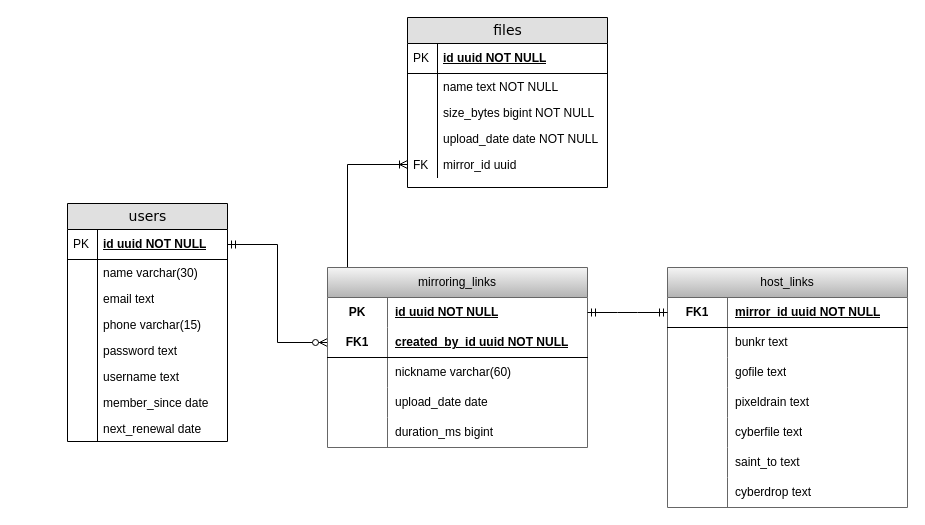
This is assets/easymirror-entity-relation.drawio from easymirror/easymirror-backend, a draw.io file, before an edit. Source tidied: cells renumbered, new cells numbered last; positions are measured from the earlier drawing's top-left corner, leaving out a move shared by most shapes. Both pictures are drawn from the tidied source at 100%, with x=0, y=0 at pixel (67, 17).
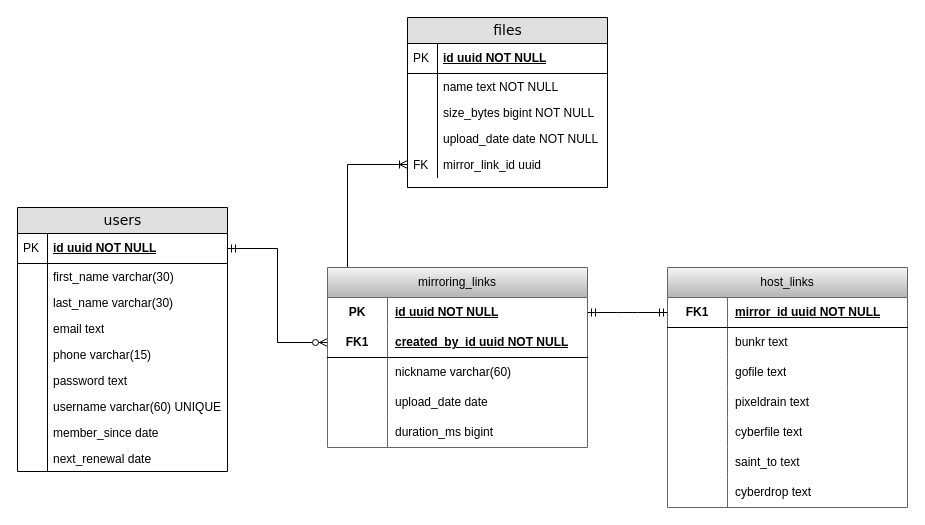
After the change.

Commit message:
Update database relation diagram

Unchanged cells that the change refers to:
```xml
<mxCell id="19" value="files" style="swimlane;html=1;fontStyle=0;horizontal=1;startSize=26;fillColor=#e0e0e0;swimlaneFillColor=#ffffff;align=center;rounded=0;shadow=0;comic=0;labelBackgroundColor=none;strokeWidth=1;fontFamily=Verdana;fontSize=14;" parent="1" vertex="1">
  <mxGeometry x="340" width="200" height="170" as="geometry" />
</mxCell>
```

What changed in the source:
```diff
@@
     <mxCell id="2" value="users" style="swimlane;html=1;fontStyle=0;horizontal=1;startSize=26;fillColor=#e0e0e0;swimlaneFillColor=#ffffff;align=center;rounded=0;shadow=0;comic=0;labelBackgroundColor=none;strokeWidth=1;fontFamily=Verdana;fontSize=14;" parent="1" vertex="1">
-      <mxGeometry y="186" width="160" height="238" as="geometry" />
+      <mxGeometry x="-50" y="190" width="210" height="264" as="geometry" />
     </mxCell>
     <mxCell id="3" value="id uuid&amp;nbsp;NOT NULL" style="shape=partialRectangle;top=0;left=0;right=0;bottom=1;html=1;align=left;verticalAlign=middle;fillColor=none;spacingLeft=34;spacingRight=4;whiteSpace=wrap;overflow=hidden;points=[[0,0.5],[1,0.5]];portConstraint=eastwest;fontStyle=5;" parent="2" vertex="1">
-      <mxGeometry y="26" width="160" height="30" as="geometry" />
+      <mxGeometry y="26" width="210" height="30" as="geometry" />
     </mxCell>
@@
-    <mxCell id="5" value="name varchar(30)" style="shape=partialRectangle;top=0;left=0;right=0;bottom=0;html=1;align=left;verticalAlign=top;fillColor=none;spacingLeft=34;spacingRight=4;whiteSpace=wrap;overflow=hidden;" parent="2" vertex="1">
-      <mxGeometry y="56" width="160" height="26" as="geometry" />
+    <mxCell id="5" value="first_name varchar(30)" style="shape=partialRectangle;top=0;left=0;right=0;bottom=0;html=1;align=left;verticalAlign=top;fillColor=none;spacingLeft=34;spacingRight=4;whiteSpace=wrap;overflow=hidden;" parent="2" vertex="1">
+      <mxGeometry y="56" width="210" height="26" as="geometry" />
     </mxCell>
@@
+    <mxCell id="71" value="last_name varchar(30)" style="shape=partialRectangle;top=0;left=0;right=0;bottom=0;html=1;align=left;verticalAlign=top;fillColor=none;spacingLeft=34;spacingRight=4;whiteSpace=wrap;overflow=hidden;" parent="2" vertex="1">
+      <mxGeometry y="82" width="210" height="26" as="geometry" />
+    </mxCell>
+    <mxCell id="72" style="shape=partialRectangle;top=0;left=0;bottom=0;html=1;fillColor=none;align=left;verticalAlign=top;spacingLeft=4;spacingRight=4;whiteSpace=wrap;overflow=hidden;" parent="71" vertex="1">
+      <mxGeometry width="30" height="26" as="geometry" />
+    </mxCell>
     <mxCell id="7" value="email text" style="shape=partialRectangle;top=0;left=0;right=0;bottom=0;html=1;align=left;verticalAlign=top;fillColor=none;spacingLeft=34;spacingRight=4;whiteSpace=wrap;overflow=hidden;" parent="2" vertex="1">
-      <mxGeometry y="82" width="160" height="26" as="geometry" />
+      <mxGeometry y="108" width="210" height="26" as="geometry" />
     </mxCell>
@@
     <mxCell id="9" value="phone varchar(15)" style="shape=partialRectangle;top=0;left=0;right=0;bottom=0;html=1;align=left;verticalAlign=top;fillColor=none;spacingLeft=34;spacingRight=4;whiteSpace=wrap;overflow=hidden;" parent="2" vertex="1">
-      <mxGeometry y="108" width="160" height="26" as="geometry" />
+      <mxGeometry y="134" width="210" height="26" as="geometry" />
     </mxCell>
@@
     <mxCell id="11" value="password text" style="shape=partialRectangle;top=0;left=0;right=0;bottom=0;html=1;align=left;verticalAlign=top;fillColor=none;spacingLeft=34;spacingRight=4;whiteSpace=wrap;overflow=hidden;" parent="2" vertex="1">
-      <mxGeometry y="134" width="160" height="26" as="geometry" />
+      <mxGeometry y="160" width="210" height="26" as="geometry" />
     </mxCell>
@@
-    <mxCell id="13" value="username text" style="shape=partialRectangle;top=0;left=0;right=0;bottom=0;html=1;align=left;verticalAlign=top;fillColor=none;spacingLeft=34;spacingRight=4;whiteSpace=wrap;overflow=hidden;" parent="2" vertex="1">
-      <mxGeometry y="160" width="160" height="26" as="geometry" />
+    <mxCell id="13" value="username varchar(60) UNIQUE" style="shape=partialRectangle;top=0;left=0;right=0;bottom=0;html=1;align=left;verticalAlign=top;fillColor=none;spacingLeft=34;spacingRight=4;whiteSpace=wrap;overflow=hidden;" parent="2" vertex="1">
+      <mxGeometry y="186" width="210" height="26" as="geometry" />
     </mxCell>
@@
     <mxCell id="15" value="member_since date" style="shape=partialRectangle;top=0;left=0;right=0;bottom=0;html=1;align=left;verticalAlign=top;fillColor=none;spacingLeft=34;spacingRight=4;whiteSpace=wrap;overflow=hidden;" parent="2" vertex="1">
-      <mxGeometry y="186" width="160" height="26" as="geometry" />
+      <mxGeometry y="212" width="210" height="26" as="geometry" />
     </mxCell>
@@
     <mxCell id="17" value="next_renewal date" style="shape=partialRectangle;top=0;left=0;right=0;bottom=0;html=1;align=left;verticalAlign=top;fillColor=none;spacingLeft=34;spacingRight=4;whiteSpace=wrap;overflow=hidden;" parent="2" vertex="1">
-      <mxGeometry y="212" width="160" height="26" as="geometry" />
+      <mxGeometry y="238" width="210" height="26" as="geometry" />
     </mxCell>
@@
-    <mxCell id="28" value="mirror_id uuid" style="shape=partialRectangle;top=0;left=0;right=0;bottom=0;html=1;align=left;verticalAlign=top;fillColor=none;spacingLeft=34;spacingRight=4;whiteSpace=wrap;overflow=hidden;points=[[0,0.5],[1,0.5]];portConstraint=eastwest;" parent="19" vertex="1">
+    <mxCell id="28" value="mirror_link_id uuid" style="shape=partialRectangle;top=0;left=0;right=0;bottom=0;html=1;align=left;verticalAlign=top;fillColor=none;spacingLeft=34;spacingRight=4;whiteSpace=wrap;overflow=hidden;points=[[0,0.5],[1,0.5]];portConstraint=eastwest;" parent="19" vertex="1">
       <mxGeometry y="134" width="200" height="26" as="geometry" />
     </mxCell>
```
